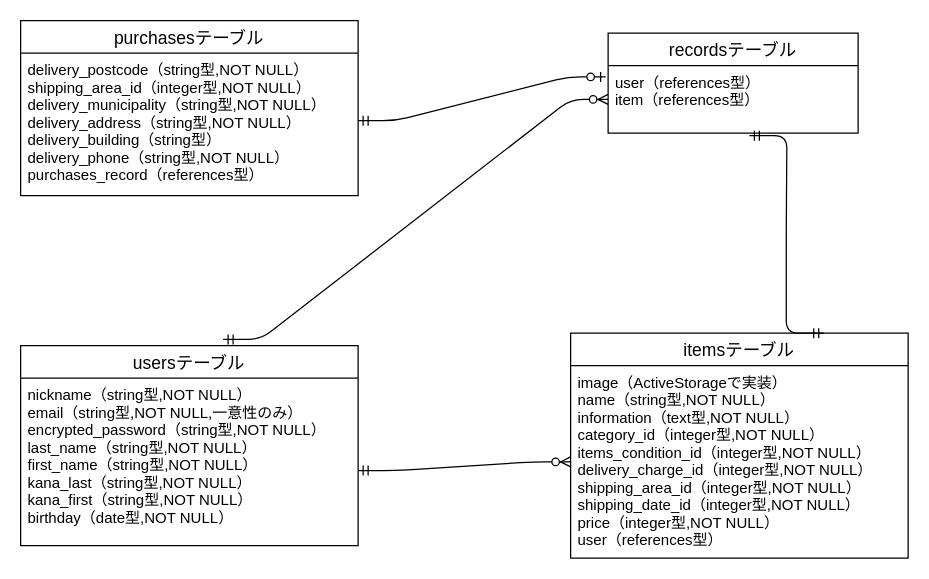
Earlier version of the draw.io diagram furima.dio (Kazutosi110/furima-35234). Source tidied: cells renumbered, new cells numbered last; positions are measured from the earlier drawing's top-left corner, leaving out a move shared by most shapes. Both pictures are drawn from the tidied source at 125%, with x=0, y=0 at pixel (20, 20).
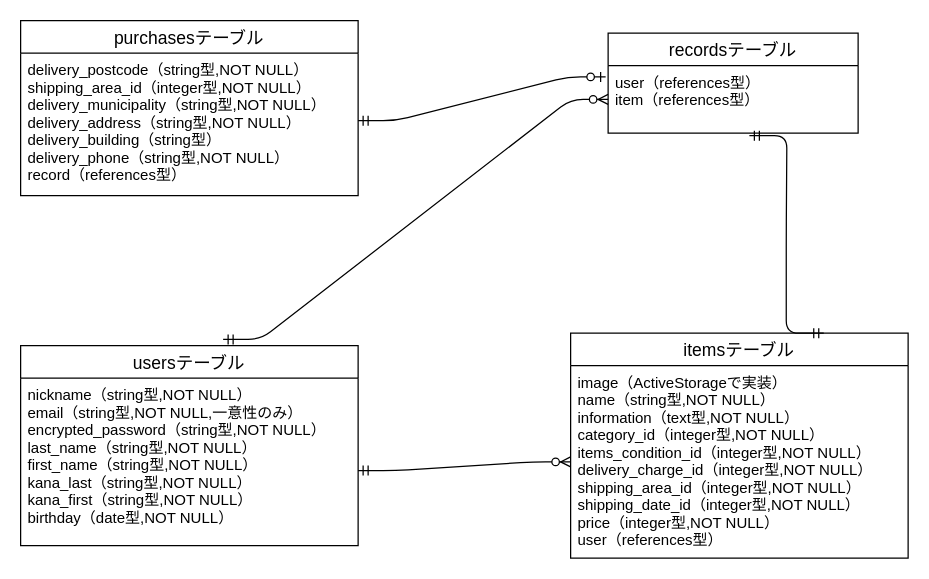
After the change.

The edit, as a diff of the source:
```diff
@@
 <mxGraphModel>
   <root>
     <mxCell id="0" />
     <mxCell id="1" parent="0" />
     <mxCell id="2" value="usersテーブル" style="swimlane;fontStyle=0;horizontal=1;startSize=26;align=center;fontSize=14;" parent="1" vertex="1">
       <mxGeometry y="260" width="270" height="160" as="geometry" />
     </mxCell>
     <mxCell id="3" value="nickname（string型,NOT NULL）&#10;email（string型,NOT NULL,一意性のみ）&#10;encrypted_password（string型,NOT NULL）&#10;last_name（string型,NOT NULL）&#10;first_name（string型,NOT NULL）&#10;kana_last（string型,NOT NULL）&#10;kana_first（string型,NOT NULL）&#10;birthday（date型,NOT NULL）" style="text;strokeColor=none;fillColor=none;spacingLeft=4;spacingRight=4;overflow=hidden;points=[[0,0.5],[1,0.5]];portConstraint=eastwest;fontSize=12;" parent="2" vertex="1">
       <mxGeometry y="26" width="270" height="134" as="geometry" />
     </mxCell>
     <mxCell id="4" style="edgeStyle=orthogonalEdgeStyle;rounded=0;orthogonalLoop=1;jettySize=auto;html=1;exitX=1;exitY=0.5;exitDx=0;exitDy=0;" parent="2" edge="1" source="3" target="3">
       <mxGeometry relative="1" as="geometry" />
     </mxCell>
     <mxCell id="5" value="itemsテーブル" style="swimlane;fontStyle=0;horizontal=1;startSize=26;align=center;fontSize=14;" parent="1" vertex="1">
       <mxGeometry x="440" y="250" width="270" height="180" as="geometry" />
     </mxCell>
     <mxCell id="6" value="image（ActiveStorageで実装）&#10;name（string型,NOT NULL）&#10;information（text型,NOT NULL）&#10;category_id（integer型,NOT NULL）&#10;items_condition_id（integer型,NOT NULL）&#10;delivery_charge_id（integer型,NOT NULL）&#10;shipping_area_id（integer型,NOT NULL）&#10;shipping_date_id（integer型,NOT NULL）&#10;price（integer型,NOT NULL）&#10;user（references型）" style="text;strokeColor=none;fillColor=none;spacingLeft=4;spacingRight=4;overflow=hidden;points=[[0,0.5],[1,0.5]];portConstraint=eastwest;fontSize=12;" parent="5" vertex="1">
       <mxGeometry y="26" width="270" height="154" as="geometry" />
     </mxCell>
     <mxCell id="7" value="purchasesテーブル" style="swimlane;fontStyle=0;horizontal=1;startSize=26;align=center;fontSize=14;" parent="1" vertex="1">
       <mxGeometry width="270" height="140" as="geometry" />
     </mxCell>
-    <mxCell id="8" value="delivery_postcode（string型,NOT NULL）&#10;shipping_area_id（integer型,NOT NULL）&#10;delivery_municipality（string型,NOT NULL）&#10;delivery_address（string型,NOT NULL）&#10;delivery_building（string型）&#10;delivery_phone（string型,NOT NULL）&#10;purchases_record（references型）" style="text;strokeColor=none;fillColor=none;spacingLeft=4;spacingRight=4;overflow=hidden;fontSize=12;" parent="7" vertex="1">
+    <mxCell id="8" value="delivery_postcode（string型,NOT NULL）&#10;shipping_area_id（integer型,NOT NULL）&#10;delivery_municipality（string型,NOT NULL）&#10;delivery_address（string型,NOT NULL）&#10;delivery_building（string型）&#10;delivery_phone（string型,NOT NULL）&#10;record（references型）" style="text;strokeColor=none;fillColor=none;spacingLeft=4;spacingRight=4;overflow=hidden;fontSize=12;" parent="7" vertex="1">
       <mxGeometry y="26" width="270" height="114" as="geometry" />
     </mxCell>
     <mxCell id="9" value="recordsテーブル" style="swimlane;fontStyle=0;horizontal=1;startSize=26;align=center;fontSize=14;" parent="1" vertex="1">
       <mxGeometry x="470" y="10" width="200" height="80" as="geometry" />
     </mxCell>
     <mxCell id="10" value="user（references型）&#10;item（references型）" style="text;strokeColor=none;fillColor=none;spacingLeft=4;spacingRight=4;overflow=hidden;points=[[0,0.5],[1,0.5]];portConstraint=eastwest;fontSize=12;" parent="9" vertex="1">
       <mxGeometry y="26" width="200" height="54" as="geometry" />
     </mxCell>
     <mxCell id="11" style="edgeStyle=entityRelationEdgeStyle;fontSize=12;html=1;endArrow=ERzeroToMany;startArrow=ERmandOne;entryX=0;entryY=0.5;entryDx=0;entryDy=0;exitX=0.6;exitY=-0.031;exitDx=0;exitDy=0;exitPerimeter=0;" parent="1" edge="1" source="2" target="10">
       <mxGeometry relative="1" as="geometry" />
     </mxCell>
     <mxCell id="12" style="edgeStyle=entityRelationEdgeStyle;fontSize=12;html=1;endArrow=ERmandOne;startArrow=ERmandOne;entryX=0.565;entryY=1.037;entryDx=0;entryDy=0;entryPerimeter=0;exitX=0.75;exitY=0;exitDx=0;exitDy=0;" parent="1" edge="1" source="5" target="10">
       <mxGeometry relative="1" as="geometry" />
     </mxCell>
     <mxCell id="13" style="edgeStyle=entityRelationEdgeStyle;fontSize=12;html=1;endArrow=ERzeroToOne;startArrow=ERmandOne;entryX=-0.01;entryY=0.167;entryDx=0;entryDy=0;entryPerimeter=0;" parent="1" edge="1" target="10">
       <mxGeometry relative="1" as="geometry">
         <mxPoint x="270" y="80" as="sourcePoint" />
       </mxGeometry>
     </mxCell>
     <mxCell id="14" style="edgeStyle=entityRelationEdgeStyle;fontSize=12;html=1;endArrow=ERzeroToMany;startArrow=ERmandOne;exitX=1;exitY=0.552;exitDx=0;exitDy=0;exitPerimeter=0;entryX=0;entryY=0.5;entryDx=0;entryDy=0;" parent="1" edge="1" source="3" target="6">
       <mxGeometry relative="1" as="geometry" />
     </mxCell>
   </root>
 </mxGraphModel>
```
